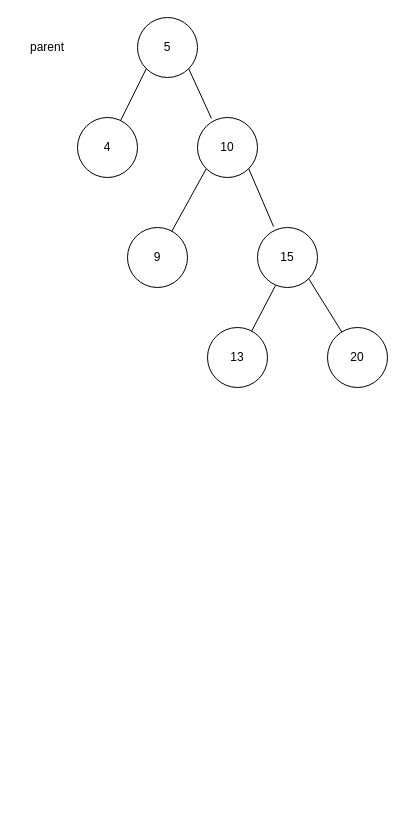
Earlier version of the draw.io diagram page "Delete-non-leaft-3" (11 of 13) of diagram/BinaryTree.drawio (mrthetkhine/Turing-DataStructureAlgorithm-Batch-3). Source tidied: cells renumbered, new cells numbered last; positions are measured from the earlier drawing's top-left corner, leaving out a move shared by most shapes. Both pictures are drawn from the tidied source at 100%, with x=0, y=0 at pixel (17, 17).
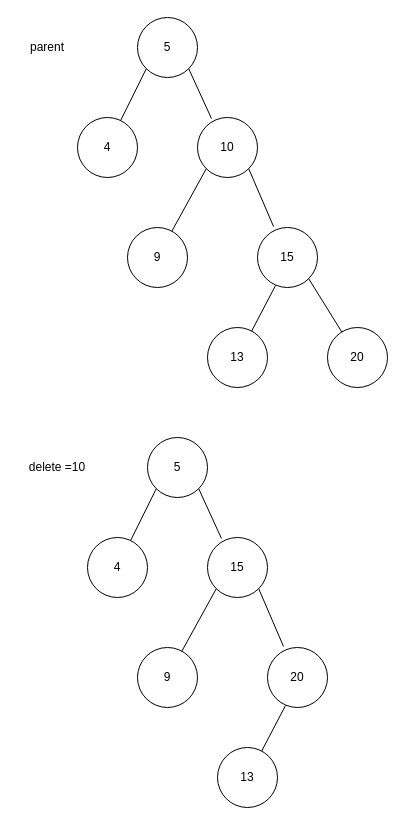
The same diagram, later.

The edit, as a diff of the source:
```diff
@@
+    <mxCell id="16" value="5" style="ellipse;whiteSpace=wrap;html=1;" parent="1" vertex="1">
+      <mxGeometry x="130" y="420" width="60" height="60" as="geometry" />
+    </mxCell>
+    <mxCell id="17" value="4" style="ellipse;whiteSpace=wrap;html=1;" parent="1" vertex="1">
+      <mxGeometry x="70" y="520" width="60" height="60" as="geometry" />
+    </mxCell>
+    <mxCell id="18" value="15" style="ellipse;whiteSpace=wrap;html=1;" parent="1" vertex="1">
+      <mxGeometry x="190" y="520" width="60" height="60" as="geometry" />
+    </mxCell>
+    <mxCell id="19" style="endArrow=none;html=1;rounded=0;entryX=0;entryY=1;entryDx=0;entryDy=0;" parent="1" edge="1" source="17" target="16">
+      <mxGeometry relative="1" as="geometry" />
+    </mxCell>
+    <mxCell id="20" style="endArrow=none;html=1;rounded=0;entryX=1;entryY=1;entryDx=0;entryDy=0;exitX=0.233;exitY=0.017;exitDx=0;exitDy=0;exitPerimeter=0;" parent="1" edge="1" source="18" target="16">
+      <mxGeometry relative="1" as="geometry" />
+    </mxCell>
+    <mxCell id="21" value="9" style="ellipse;whiteSpace=wrap;html=1;" parent="1" vertex="1">
+      <mxGeometry x="120" y="630" width="60" height="60" as="geometry" />
+    </mxCell>
+    <mxCell id="22" value="delete =10" style="text;html=1;strokeColor=none;fillColor=none;align=center;verticalAlign=middle;whiteSpace=wrap;rounded=0;" parent="1" vertex="1">
+      <mxGeometry x="10" y="435" width="60" height="30" as="geometry" />
+    </mxCell>
+    <mxCell id="23" style="endArrow=none;html=1;rounded=0;entryX=0;entryY=1;entryDx=0;entryDy=0;" parent="1" edge="1" source="21" target="18">
+      <mxGeometry relative="1" as="geometry" />
+    </mxCell>
+    <mxCell id="24" value="20" style="ellipse;whiteSpace=wrap;html=1;" parent="1" vertex="1">
+      <mxGeometry x="250" y="630" width="60" height="60" as="geometry" />
+    </mxCell>
+    <mxCell id="25" style="endArrow=none;html=1;rounded=0;entryX=1;entryY=1;entryDx=0;entryDy=0;exitX=0.267;exitY=-0.017;exitDx=0;exitDy=0;exitPerimeter=0;" parent="1" edge="1" source="24" target="18">
+      <mxGeometry relative="1" as="geometry" />
+    </mxCell>
+    <mxCell id="26" value="13" style="ellipse;whiteSpace=wrap;html=1;" parent="1" vertex="1">
+      <mxGeometry x="200" y="730" width="60" height="60" as="geometry" />
+    </mxCell>
+    <mxCell id="27" style="endArrow=none;html=1;rounded=0;entryX=0.3;entryY=0.967;entryDx=0;entryDy=0;entryPerimeter=0;" parent="1" edge="1" source="26" target="24">
+      <mxGeometry relative="1" as="geometry" />
+    </mxCell>
```
